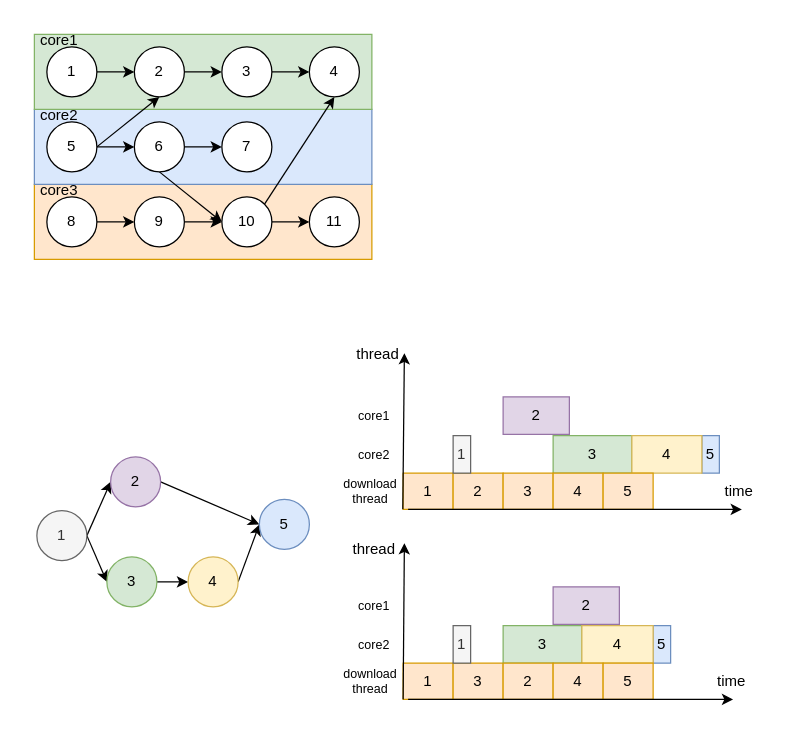
Earlier version of the draw.io diagram research/小论文.drawio (ksd11/charts). Source tidied: cells renumbered, new cells numbered last; positions are measured from the earlier drawing's top-left corner, leaving out a move shared by most shapes. Both pictures are drawn from the tidied source at 125%, with x=0, y=0 at pixel (21, 21).
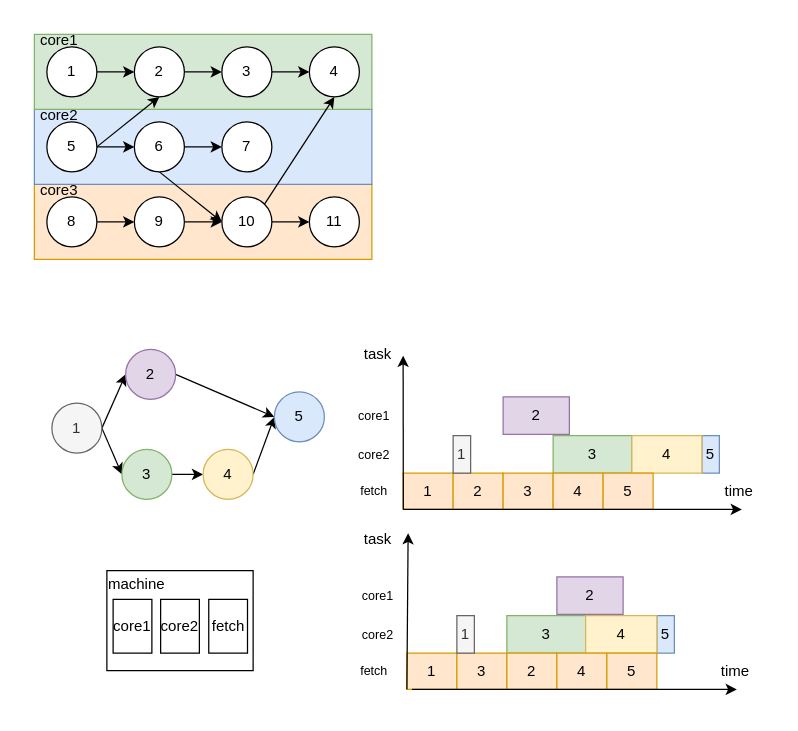
Above is the later version.

Commit message:
更新小论文.drawio

What changed in the source:
```diff
@@
     <mxCell id="32" value="1" style="ellipse;whiteSpace=wrap;html=1;fillColor=#f5f5f5;fontColor=#333333;strokeColor=#666666;" parent="1" vertex="1">
-      <mxGeometry x="12" y="391" width="40" height="40" as="geometry" />
+      <mxGeometry x="24" y="305" width="40" height="40" as="geometry" />
     </mxCell>
@@
     <mxCell id="34" value="2" style="ellipse;whiteSpace=wrap;html=1;fillColor=#e1d5e7;strokeColor=#9673a6;" parent="1" vertex="1">
-      <mxGeometry x="71" y="348" width="40" height="40" as="geometry" />
+      <mxGeometry x="83" y="262" width="40" height="40" as="geometry" />
     </mxCell>
@@
     <mxCell id="36" value="3" style="ellipse;whiteSpace=wrap;html=1;fillColor=#d5e8d4;strokeColor=#82b366;" parent="1" vertex="1">
-      <mxGeometry x="68" y="428" width="40" height="40" as="geometry" />
+      <mxGeometry x="80" y="342" width="40" height="40" as="geometry" />
     </mxCell>
@@
     <mxCell id="38" value="4" style="ellipse;whiteSpace=wrap;html=1;fillColor=#fff2cc;strokeColor=#d6b656;" parent="1" vertex="1">
-      <mxGeometry x="133" y="428" width="40" height="40" as="geometry" />
+      <mxGeometry x="145" y="342" width="40" height="40" as="geometry" />
     </mxCell>
     <mxCell id="39" value="5" style="ellipse;whiteSpace=wrap;html=1;fillColor=#dae8fc;strokeColor=#6c8ebf;" parent="1" vertex="1">
-      <mxGeometry x="190" y="382" width="40" height="40" as="geometry" />
+      <mxGeometry x="202" y="296" width="40" height="40" as="geometry" />
     </mxCell>
@@
-    <mxCell id="42" value="download thread" style="text;html=1;align=center;verticalAlign=middle;whiteSpace=wrap;rounded=0;fontSize=10;" parent="1" vertex="1">
-      <mxGeometry x="249" y="360" width="60" height="30" as="geometry" />
+    <mxCell id="42" value="fetch" style="text;html=1;align=center;verticalAlign=middle;whiteSpace=wrap;rounded=0;fontSize=10;" parent="1" vertex="1">
+      <mxGeometry x="252" y="360" width="60" height="30" as="geometry" />
     </mxCell>
@@
     <mxCell id="53" value="1" style="rounded=0;whiteSpace=wrap;html=1;fillColor=#ffe6cc;strokeColor=#d79b00;" parent="1" vertex="1">
-      <mxGeometry x="305" y="513" width="40" height="29" as="geometry" />
+      <mxGeometry x="308" y="505" width="40" height="29" as="geometry" />
     </mxCell>
     <mxCell id="54" value="3" style="rounded=0;whiteSpace=wrap;html=1;fillColor=#ffe6cc;strokeColor=#d79b00;" parent="1" vertex="1">
-      <mxGeometry x="345" y="513" width="40" height="29" as="geometry" />
+      <mxGeometry x="348" y="505" width="40" height="29" as="geometry" />
     </mxCell>
-    <mxCell id="55" value="download thread" style="text;html=1;align=center;verticalAlign=middle;whiteSpace=wrap;rounded=0;fontSize=10;" parent="1" vertex="1">
-      <mxGeometry x="249" y="512" width="60" height="30" as="geometry" />
+    <mxCell id="55" value="fetch" style="text;html=1;align=center;verticalAlign=middle;whiteSpace=wrap;rounded=0;fontSize=10;" parent="1" vertex="1">
+      <mxGeometry x="252" y="504" width="60" height="30" as="geometry" />
     </mxCell>
     <mxCell id="56" value="core1" style="text;html=1;align=center;verticalAlign=middle;whiteSpace=wrap;rounded=0;fontSize=10;" parent="1" vertex="1">
-      <mxGeometry x="252" y="452" width="60" height="30" as="geometry" />
+      <mxGeometry x="255" y="444" width="60" height="30" as="geometry" />
     </mxCell>
     <mxCell id="57" value="core2" style="text;html=1;align=center;verticalAlign=middle;whiteSpace=wrap;rounded=0;fontSize=10;" parent="1" vertex="1">
-      <mxGeometry x="252" y="483" width="60" height="30" as="geometry" />
+      <mxGeometry x="255" y="475" width="60" height="30" as="geometry" />
     </mxCell>
     <mxCell id="58" value="1" style="rounded=0;whiteSpace=wrap;html=1;fillColor=#f5f5f5;strokeColor=#666666;fontColor=#333333;" parent="1" vertex="1">
-      <mxGeometry x="345" y="483" width="14" height="30" as="geometry" />
+      <mxGeometry x="348" y="475" width="14" height="30" as="geometry" />
     </mxCell>
     <mxCell id="59" value="5" style="rounded=0;whiteSpace=wrap;html=1;fillColor=#dae8fc;strokeColor=#6c8ebf;" parent="1" vertex="1">
-      <mxGeometry x="505" y="483" width="14" height="30" as="geometry" />
+      <mxGeometry x="508" y="475" width="14" height="30" as="geometry" />
     </mxCell>
     <mxCell id="60" value="3" style="rounded=0;whiteSpace=wrap;html=1;fillColor=#d5e8d4;strokeColor=#82b366;" parent="1" vertex="1">
-      <mxGeometry x="385" y="483" width="63" height="30" as="geometry" />
+      <mxGeometry x="388" y="475" width="63" height="30" as="geometry" />
     </mxCell>
     <mxCell id="61" value="4" style="rounded=0;whiteSpace=wrap;html=1;fillColor=#fff2cc;strokeColor=#d6b656;" parent="1" vertex="1">
-      <mxGeometry x="448" y="483" width="57" height="30" as="geometry" />
+      <mxGeometry x="451" y="475" width="57" height="30" as="geometry" />
     </mxCell>
     <mxCell id="62" value="2" style="rounded=0;whiteSpace=wrap;html=1;fillColor=#ffe6cc;strokeColor=#d79b00;" parent="1" vertex="1">
-      <mxGeometry x="385" y="513" width="40" height="29" as="geometry" />
+      <mxGeometry x="388" y="505" width="40" height="29" as="geometry" />
     </mxCell>
     <mxCell id="63" value="4" style="rounded=0;whiteSpace=wrap;html=1;fillColor=#ffe6cc;strokeColor=#d79b00;" parent="1" vertex="1">
-      <mxGeometry x="425" y="513" width="40" height="29" as="geometry" />
+      <mxGeometry x="428" y="505" width="40" height="29" as="geometry" />
     </mxCell>
     <mxCell id="64" value="5" style="rounded=0;whiteSpace=wrap;html=1;fillColor=#ffe6cc;strokeColor=#d79b00;" parent="1" vertex="1">
-      <mxGeometry x="465" y="513" width="40" height="29" as="geometry" />
+      <mxGeometry x="468" y="505" width="40" height="29" as="geometry" />
     </mxCell>
     <mxCell id="65" value="2" style="rounded=0;whiteSpace=wrap;html=1;fillColor=#e1d5e7;strokeColor=#9673a6;" parent="1" vertex="1">
-      <mxGeometry x="425" y="452" width="53" height="30" as="geometry" />
+      <mxGeometry x="428" y="444" width="53" height="30" as="geometry" />
     </mxCell>
     <mxCell id="66" style="endArrow=classic;html=1;rounded=0;exitX=1;exitY=1;exitDx=0;exitDy=0;" parent="1" edge="1" source="55">
       <mxGeometry relative="1" as="geometry">
-        <mxPoint x="569" y="542" as="targetPoint" />
+        <mxPoint x="572" y="534" as="targetPoint" />
       </mxGeometry>
     </mxCell>
     <mxCell id="67" value="time" style="text;html=1;align=center;verticalAlign=middle;whiteSpace=wrap;rounded=0;" parent="1" vertex="1">
-      <mxGeometry x="538" y="513" width="60" height="30" as="geometry" />
+      <mxGeometry x="541" y="505" width="60" height="30" as="geometry" />
     </mxCell>
-    <mxCell id="68" style="endArrow=classic;html=1;rounded=0;exitX=1;exitY=1;exitDx=0;exitDy=0;" parent="1" edge="1" source="42">
+    <mxCell id="68" style="endArrow=classic;html=1;rounded=0;exitX=0.886;exitY=1.002;exitDx=0;exitDy=0;exitPerimeter=0;" parent="1" edge="1" source="42">
       <mxGeometry relative="1" as="geometry">
         <mxPoint x="576" y="390" as="targetPoint" />
       </mxGeometry>
     </mxCell>
@@
-    <mxCell id="70" style="endArrow=classic;html=1;rounded=0;exitX=0.929;exitY=0.995;exitDx=0;exitDy=0;exitPerimeter=0;" parent="1" edge="1" source="42">
+    <mxCell id="70" style="endArrow=classic;html=1;rounded=0;exitX=0.886;exitY=1.002;exitDx=0;exitDy=0;exitPerimeter=0;" parent="1" edge="1" source="42">
       <mxGeometry relative="1" as="geometry">
-        <mxPoint x="306" y="265" as="targetPoint" />
+        <mxPoint x="305" y="267" as="targetPoint" />
       </mxGeometry>
     </mxCell>
     <mxCell id="71" style="endArrow=classic;html=1;rounded=0;exitX=0.929;exitY=0.995;exitDx=0;exitDy=0;exitPerimeter=0;" parent="1" edge="1">
       <mxGeometry relative="1" as="geometry">
-        <mxPoint x="305" y="542" as="sourcePoint" />
-        <mxPoint x="306" y="417" as="targetPoint" />
+        <mxPoint x="308" y="534" as="sourcePoint" />
+        <mxPoint x="309" y="409" as="targetPoint" />
       </mxGeometry>
     </mxCell>
-    <mxCell id="72" value="thread" style="text;html=1;align=center;verticalAlign=middle;whiteSpace=wrap;rounded=0;" parent="1" vertex="1">
-      <mxGeometry x="252" y="407" width="60" height="30" as="geometry" />
+    <mxCell id="72" value="task" style="text;html=1;align=center;verticalAlign=middle;whiteSpace=wrap;rounded=0;" parent="1" vertex="1">
+      <mxGeometry x="255" y="399" width="60" height="30" as="geometry" />
     </mxCell>
-    <mxCell id="73" value="thread" style="text;html=1;align=center;verticalAlign=middle;whiteSpace=wrap;rounded=0;" parent="1" vertex="1">
+    <mxCell id="73" value="task" style="text;html=1;align=center;verticalAlign=middle;whiteSpace=wrap;rounded=0;" parent="1" vertex="1">
       <mxGeometry x="255" y="251" width="60" height="30" as="geometry" />
     </mxCell>
+    <mxCell id="74" style="rounded=0;whiteSpace=wrap;html=1;" parent="1" vertex="1">
+      <mxGeometry x="68" y="439" width="117" height="80" as="geometry" />
+    </mxCell>
+    <mxCell id="75" value="core1" style="rounded=0;whiteSpace=wrap;html=1;" parent="1" vertex="1">
+      <mxGeometry x="73" y="462" width="31" height="43" as="geometry" />
+    </mxCell>
+    <mxCell id="76" value="machine" style="text;html=1;align=center;verticalAlign=middle;whiteSpace=wrap;rounded=0;" parent="1" vertex="1">
+      <mxGeometry x="62" y="435" width="60" height="30" as="geometry" />
+    </mxCell>
+    <mxCell id="77" value="core2" style="rounded=0;whiteSpace=wrap;html=1;" parent="1" vertex="1">
+      <mxGeometry x="111" y="462" width="31" height="43" as="geometry" />
+    </mxCell>
+    <mxCell id="78" value="fetch" style="rounded=0;whiteSpace=wrap;html=1;" parent="1" vertex="1">
+      <mxGeometry x="149.5" y="462" width="31" height="43" as="geometry" />
+    </mxCell>
```
